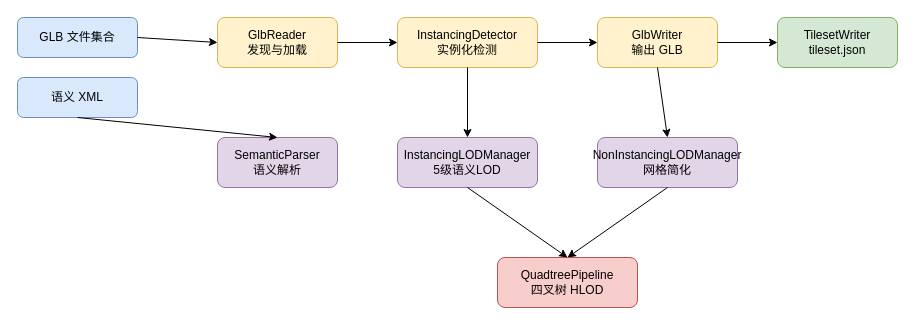
The draw.io diagram diagrams/技术路线.drawio in 271586852/GltfInstancingAndTilingTool, before the edit. Source tidied: cells renumbered, new cells numbered last; positions are measured from the earlier drawing's top-left corner, leaving out a move shared by most shapes. Both pictures are drawn from the tidied source at 100%, with x=0, y=0 at pixel (17, 17).
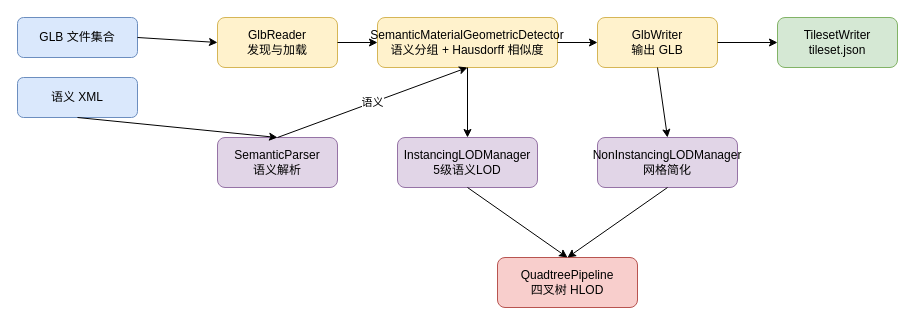
The same page after the edit.

The change refers to these unchanged cells:
```xml
<mxCell id="8" value="SemanticParser&#10;语义解析" style="rounded=1;whiteSpace=wrap;html=1;fillColor=#e1d5e7;strokeColor=#9673a6;" parent="1" vertex="1">
  <mxGeometry x="200" y="120" width="120" height="50" as="geometry" />
</mxCell>
```

What changed in the source:
```diff
@@
-    <mxCell id="5" value="InstancingDetector&#10;实例化检测" style="rounded=1;whiteSpace=wrap;html=1;fillColor=#fff2cc;strokeColor=#d6b656;" parent="1" vertex="1">
-      <mxGeometry x="380" width="140" height="50" as="geometry" />
+    <mxCell id="5" value="SemanticMaterialGeometricDetector&#10;语义分组 + Hausdorff 相似度" style="rounded=1;whiteSpace=wrap;html=1;fillColor=#fff2cc;strokeColor=#d6b656;" parent="1" vertex="1">
+      <mxGeometry x="360" width="180" height="50" as="geometry" />
     </mxCell>
@@
+    <mxCell id="21" value="语义" style="endArrow=classic;html=1;exitX=0.5;exitY=0;entryX=0.5;entryY=1;" parent="1" edge="1" source="8" target="5">
+      <mxGeometry relative="1" as="geometry" />
+    </mxCell>
```
